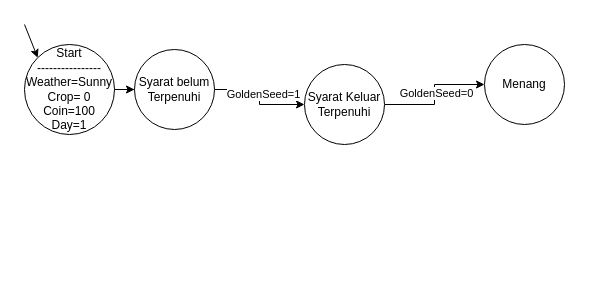
Above: diagram/fsmsg.drawio in Trelel129/fsmgs (draw.io), before the change. Source tidied: cells renumbered, new cells numbered last; positions are measured from the earlier drawing's top-left corner, leaving out a move shared by most shapes. Both pictures are drawn from the tidied source at 100%, with x=0, y=0 at pixel (24, 24).
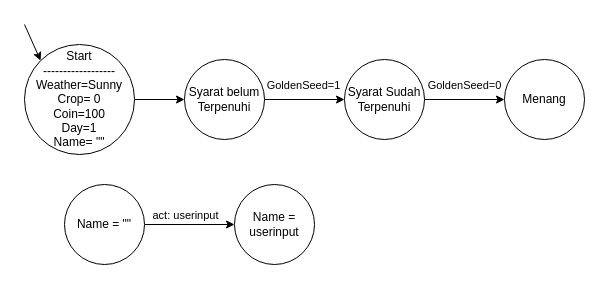
The same page after the edit.

What changed in the source:
```diff
@@
 <mxGraphModel>
   <root>
     <mxCell id="0" />
     <mxCell id="1" parent="0" />
     <mxCell id="2" style="edgeStyle=orthogonalEdgeStyle;rounded=0;jettySize=auto;html=1;entryX=0;entryY=0.5;entryDx=0;entryDy=0;" parent="1" edge="1" source="3" target="6">
       <mxGeometry relative="1" as="geometry" />
     </mxCell>
-    <mxCell id="3" value="Start&lt;div&gt;----------------&lt;/div&gt;&lt;div&gt;Weather=Sunny&lt;br&gt;&lt;/div&gt;&lt;div&gt;Crop= 0&lt;/div&gt;&lt;div&gt;Coin=100&lt;/div&gt;&lt;div&gt;Day=1&lt;/div&gt;" style="ellipse;whiteSpace=wrap;html=1;" parent="1" vertex="1">
-      <mxGeometry y="20" width="90" height="90" as="geometry" />
+    <mxCell id="3" value="Start&lt;div&gt;------------------&lt;/div&gt;&lt;div&gt;Weather=Sunny&lt;br&gt;&lt;/div&gt;&lt;div&gt;Crop= 0&lt;/div&gt;&lt;div&gt;Coin=100&lt;/div&gt;&lt;div&gt;Day=1&lt;/div&gt;&lt;div&gt;Name= &quot;&quot;&lt;/div&gt;" style="ellipse;whiteSpace=wrap;html=1;" parent="1" vertex="1">
+      <mxGeometry y="20" width="110" height="110" as="geometry" />
     </mxCell>
-    <mxCell id="4" style="edgeStyle=orthogonalEdgeStyle;rounded=0;jettySize=auto;html=1;entryX=0;entryY=0.5;entryDx=0;entryDy=0;" parent="1" edge="1" source="6" target="9">
+    <mxCell id="4" style="edgeStyle=orthogonalEdgeStyle;rounded=0;jettySize=auto;html=1;entryX=0;entryY=0.5;entryDx=0;entryDy=0;exitX=1;exitY=0.5;exitDx=0;exitDy=0;" parent="1" edge="1" source="6" target="9">
       <mxGeometry relative="1" as="geometry" />
     </mxCell>
     <mxCell id="5" value="GoldenSeed=1" style="edgeLabel;html=1;align=center;verticalAlign=middle;" parent="4" vertex="1">
-      <mxGeometry x="-0.06" y="3" relative="1" as="geometry" />
+      <mxGeometry x="-0.06" y="3" relative="1" as="geometry">
+        <mxPoint y="-12" as="offset" />
+      </mxGeometry>
     </mxCell>
     <mxCell id="6" value="Syarat belum&lt;br&gt;Terpenuhi" style="ellipse;whiteSpace=wrap;html=1;" parent="1" vertex="1">
-      <mxGeometry x="110" y="25" width="80" height="80" as="geometry" />
+      <mxGeometry x="160" y="35" width="80" height="80" as="geometry" />
     </mxCell>
     <mxCell id="7" style="edgeStyle=orthogonalEdgeStyle;rounded=0;jettySize=auto;html=1;entryX=0;entryY=0.5;entryDx=0;entryDy=0;" parent="1" edge="1" source="9" target="10">
       <mxGeometry relative="1" as="geometry" />
     </mxCell>
     <mxCell id="8" value="&lt;div&gt;GoldenSeed=0&lt;/div&gt;" style="edgeLabel;html=1;align=center;verticalAlign=middle;" parent="7" vertex="1">
       <mxGeometry x="-0.14" relative="1" as="geometry">
-        <mxPoint x="1" y="-10" as="offset" />
+        <mxPoint x="5" y="-15" as="offset" />
       </mxGeometry>
     </mxCell>
-    <mxCell id="9" value="Syarat Keluar&lt;br&gt;Terpenuhi" style="ellipse;whiteSpace=wrap;html=1;" parent="1" vertex="1">
-      <mxGeometry x="280" y="40" width="80" height="80" as="geometry" />
+    <mxCell id="9" value="Syarat Sudah&lt;br&gt;Terpenuhi" style="ellipse;whiteSpace=wrap;html=1;" parent="1" vertex="1">
+      <mxGeometry x="320" y="35" width="80" height="80" as="geometry" />
     </mxCell>
     <mxCell id="10" value="Menang" style="ellipse;whiteSpace=wrap;html=1;" parent="1" vertex="1">
-      <mxGeometry x="460" y="20" width="80" height="80" as="geometry" />
+      <mxGeometry x="480" y="35" width="80" height="80" as="geometry" />
     </mxCell>
     <mxCell id="11" style="endArrow=classic;html=1;rounded=0;entryX=0;entryY=0;entryDx=0;entryDy=0;" parent="1" edge="1" target="3">
       <mxGeometry relative="1" as="geometry">
         <mxPoint as="sourcePoint" />
       </mxGeometry>
     </mxCell>
+    <mxCell id="12" style="edgeStyle=orthogonalEdgeStyle;rounded=0;jettySize=auto;html=1;entryX=0;entryY=0.5;entryDx=0;entryDy=0;" parent="1" edge="1" source="14" target="15">
+      <mxGeometry relative="1" as="geometry" />
+    </mxCell>
+    <mxCell id="13" value="act: userinput" style="edgeLabel;html=1;align=center;verticalAlign=middle;" parent="12" vertex="1">
+      <mxGeometry x="-0.29" y="1" relative="1" as="geometry">
+        <mxPoint x="8" y="-9" as="offset" />
+      </mxGeometry>
+    </mxCell>
+    <mxCell id="14" value="Name = &quot;&quot;" style="ellipse;whiteSpace=wrap;html=1;" parent="1" vertex="1">
+      <mxGeometry x="40" y="160" width="80" height="80" as="geometry" />
+    </mxCell>
+    <mxCell id="15" value="Name = userinput" style="ellipse;whiteSpace=wrap;html=1;" parent="1" vertex="1">
+      <mxGeometry x="210" y="160" width="80" height="80" as="geometry" />
+    </mxCell>
   </root>
 </mxGraphModel>
```
